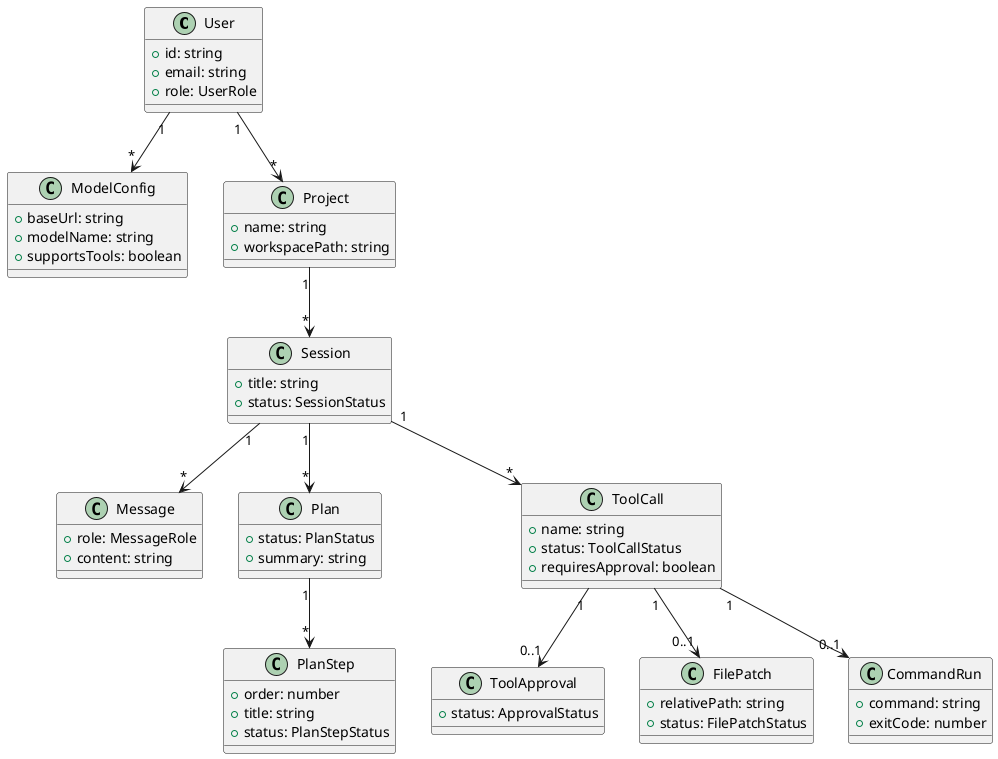
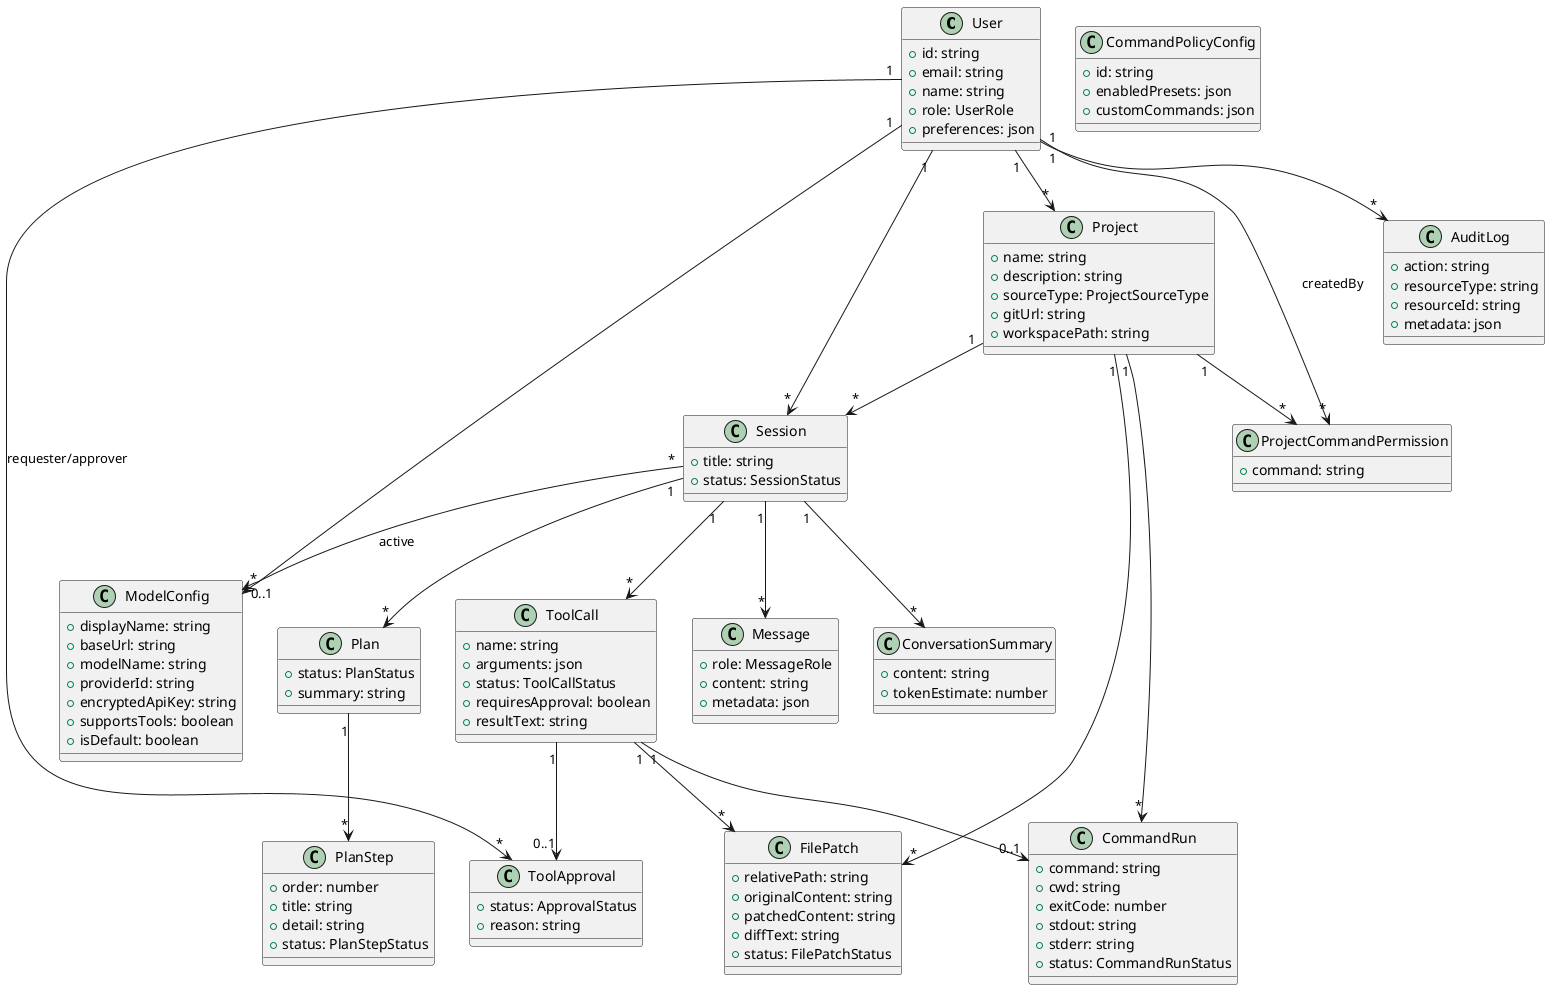
@startuml
class User {
  +id: string
  +email: string
+   +name: string
  +role: UserRole
+   +preferences: json
}

class ModelConfig {
+   +displayName: string
  +baseUrl: string
  +modelName: string
+   +providerId: string
+   +encryptedApiKey: string
  +supportsTools: boolean
+   +isDefault: boolean
}

class Project {
  +name: string
+   +description: string
+   +sourceType: ProjectSourceType
+   +gitUrl: string
  +workspacePath: string
}

class Session {
  +title: string
  +status: SessionStatus
}

class Message {
  +role: MessageRole
  +content: string
+   +metadata: json
+ }
+ 
+ class ConversationSummary {
+   +content: string
+   +tokenEstimate: number
}

class Plan {
  +status: PlanStatus
  +summary: string
}

class PlanStep {
  +order: number
  +title: string
+   +detail: string
  +status: PlanStepStatus
}

class ToolCall {
  +name: string
+   +arguments: json
  +status: ToolCallStatus
  +requiresApproval: boolean
+   +resultText: string
}

class ToolApproval {
  +status: ApprovalStatus
+   +reason: string
}

class FilePatch {
  +relativePath: string
+   +originalContent: string
+   +patchedContent: string
+   +diffText: string
  +status: FilePatchStatus
}

class CommandRun {
  +command: string
+   +cwd: string
  +exitCode: number
+   +stdout: string
+   +stderr: string
+   +status: CommandRunStatus
+ }
+ 
+ class CommandPolicyConfig {
+   +id: string
+   +enabledPresets: json
+   +customCommands: json
+ }
+ 
+ class ProjectCommandPermission {
+   +command: string
+ }
+ 
+ class AuditLog {
+   +action: string
+   +resourceType: string
+   +resourceId: string
+   +metadata: json
}

User "1" --> "*" ModelConfig
User "1" --> "*" Project
+ User "1" --> "*" Session
+ User "1" --> "*" AuditLog
Project "1" --> "*" Session
+ Project "1" --> "*" FilePatch
+ Project "1" --> "*" CommandRun
+ Project "1" --> "*" ProjectCommandPermission
Session "1" --> "*" Message
+ Session "1" --> "*" ConversationSummary
Session "1" --> "*" Plan
+ Session "1" --> "*" ToolCall
+ Session "*" --> "0..1" ModelConfig : active
Plan "1" --> "*" PlanStep
- Session "1" --> "*" ToolCall
ToolCall "1" --> "0..1" ToolApproval
- ToolCall "1" --> "0..1" FilePatch
+ ToolCall "1" --> "*" FilePatch
ToolCall "1" --> "0..1" CommandRun
+ User "1" --> "*" ToolApproval : requester/approver
+ User "1" --> "*" ProjectCommandPermission : createdBy
@enduml
- 
